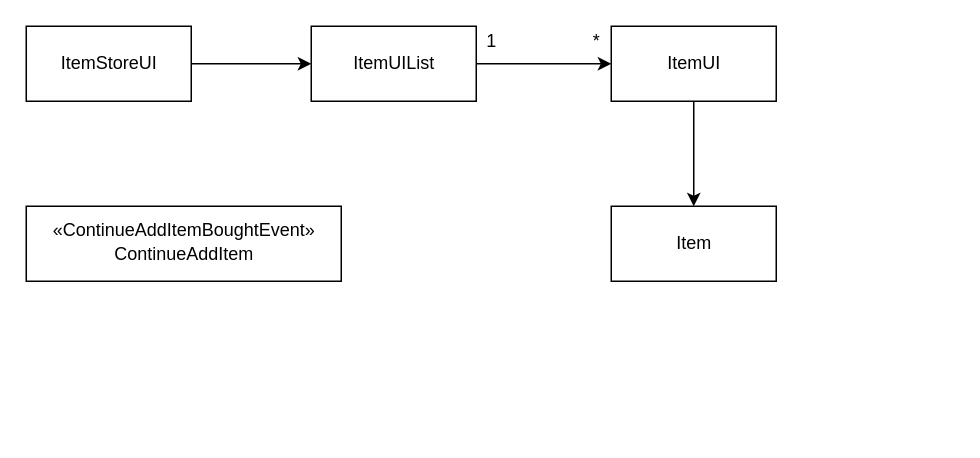
This is Diagram/ItemStore.drawio from jsm150/OrangeMushroomStory, a draw.io file, before an edit. Source tidied: cells renumbered, new cells numbered last; positions are measured from the earlier drawing's top-left corner, leaving out a move shared by most shapes. Both pictures are drawn from the tidied source at 150%, with x=0, y=0 at pixel (26, 26).
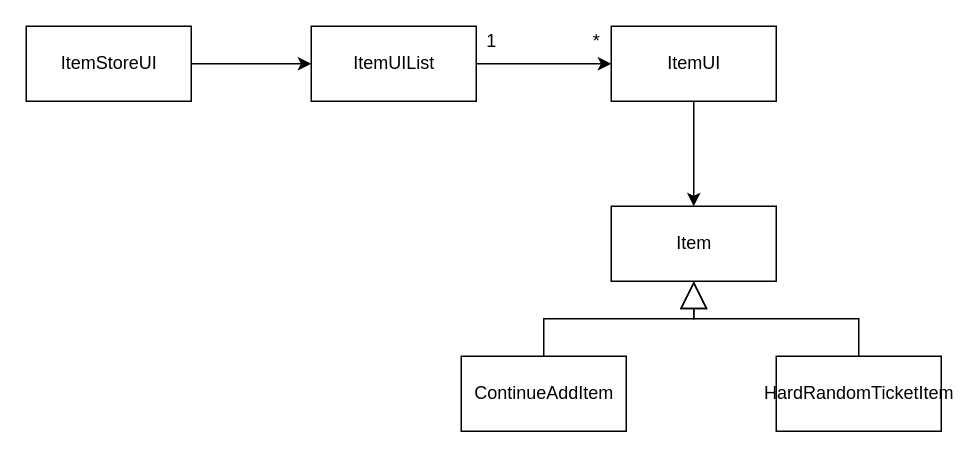
Above is the later version.

Commit message (it also covers changes not shown here):
Refact ItemStore의 구조를 변경한다

What changed in the source:
```diff
@@
 <mxGraphModel>
   <root>
     <mxCell id="0" />
     <mxCell id="1" parent="0" />
     <mxCell id="2" style="edgeStyle=none;html=1;entryX=0;entryY=0.5;entryDx=0;entryDy=0;" parent="1" edge="1" source="3" target="5">
       <mxGeometry relative="1" as="geometry" />
     </mxCell>
     <mxCell id="3" value="ItemStoreUI" style="html=1;" parent="1" vertex="1">
       <mxGeometry width="110" height="50" as="geometry" />
     </mxCell>
     <mxCell id="4" style="edgeStyle=none;html=1;entryX=0;entryY=0.5;entryDx=0;entryDy=0;" parent="1" edge="1" source="5" target="7">
       <mxGeometry relative="1" as="geometry" />
     </mxCell>
     <mxCell id="5" value="ItemUIList" style="html=1;" parent="1" vertex="1">
       <mxGeometry x="190" width="110" height="50" as="geometry" />
     </mxCell>
     <mxCell id="6" style="edgeStyle=none;html=1;entryX=0.5;entryY=0;entryDx=0;entryDy=0;" parent="1" edge="1" source="7" target="11">
       <mxGeometry relative="1" as="geometry" />
     </mxCell>
     <mxCell id="7" value="ItemUI" style="html=1;" parent="1" vertex="1">
       <mxGeometry x="390" width="110" height="50" as="geometry" />
     </mxCell>
     <mxCell id="8" value="*" style="text;html=1;align=center;verticalAlign=middle;strokeColor=none;fillColor=none;" parent="1" vertex="1">
       <mxGeometry x="370" width="20" height="20" as="geometry" />
     </mxCell>
     <mxCell id="9" value="1" style="text;html=1;align=center;verticalAlign=middle;strokeColor=none;fillColor=none;" parent="1" vertex="1">
       <mxGeometry x="300" width="20" height="20" as="geometry" />
     </mxCell>
-    <mxCell id="10" value="«ContinueAddItemBoughtEvent&lt;span&gt;»&lt;/span&gt;&lt;br&gt;&lt;div style=&quot;line-height: 19px&quot;&gt;&lt;div style=&quot;line-height: 19px&quot;&gt;ContinueAddItem&lt;/div&gt;&lt;/div&gt;" style="html=1;" parent="1" vertex="1">
-      <mxGeometry y="120" width="210" height="50" as="geometry" />
-    </mxCell>
     <mxCell id="11" value="Item" style="html=1;" parent="1" vertex="1">
       <mxGeometry x="390" y="120" width="110" height="50" as="geometry" />
     </mxCell>
+    <mxCell id="12" value="&lt;div style=&quot;line-height: 19px&quot;&gt;ContinueAddItem&lt;/div&gt;" style="html=1;" parent="1" vertex="1">
+      <mxGeometry x="290" y="220" width="110" height="50" as="geometry" />
+    </mxCell>
+    <mxCell id="13" value="&lt;div style=&quot;line-height: 19px&quot;&gt;&lt;div style=&quot;line-height: 19px&quot;&gt;HardRandomTicketItem&lt;/div&gt;&lt;/div&gt;" style="html=1;" parent="1" vertex="1">
+      <mxGeometry x="500" y="220" width="110" height="50" as="geometry" />
+    </mxCell>
+    <mxCell id="14" style="endArrow=block;endSize=16;endFill=0;html=1;entryX=0.5;entryY=1;entryDx=0;entryDy=0;exitX=0.5;exitY=0;exitDx=0;exitDy=0;edgeStyle=orthogonalEdgeStyle;rounded=0;" parent="1" edge="1" source="12" target="11">
+      <mxGeometry x="-0.09" y="25" relative="1" as="geometry" />
+    </mxCell>
+    <mxCell id="15" style="endArrow=block;endSize=16;endFill=0;html=1;entryX=0.5;entryY=1;entryDx=0;entryDy=0;exitX=0.5;exitY=0;exitDx=0;exitDy=0;edgeStyle=orthogonalEdgeStyle;rounded=0;" parent="1" edge="1" source="13" target="11">
+      <mxGeometry x="-0.09" y="25" relative="1" as="geometry" />
+    </mxCell>
   </root>
 </mxGraphModel>
```
